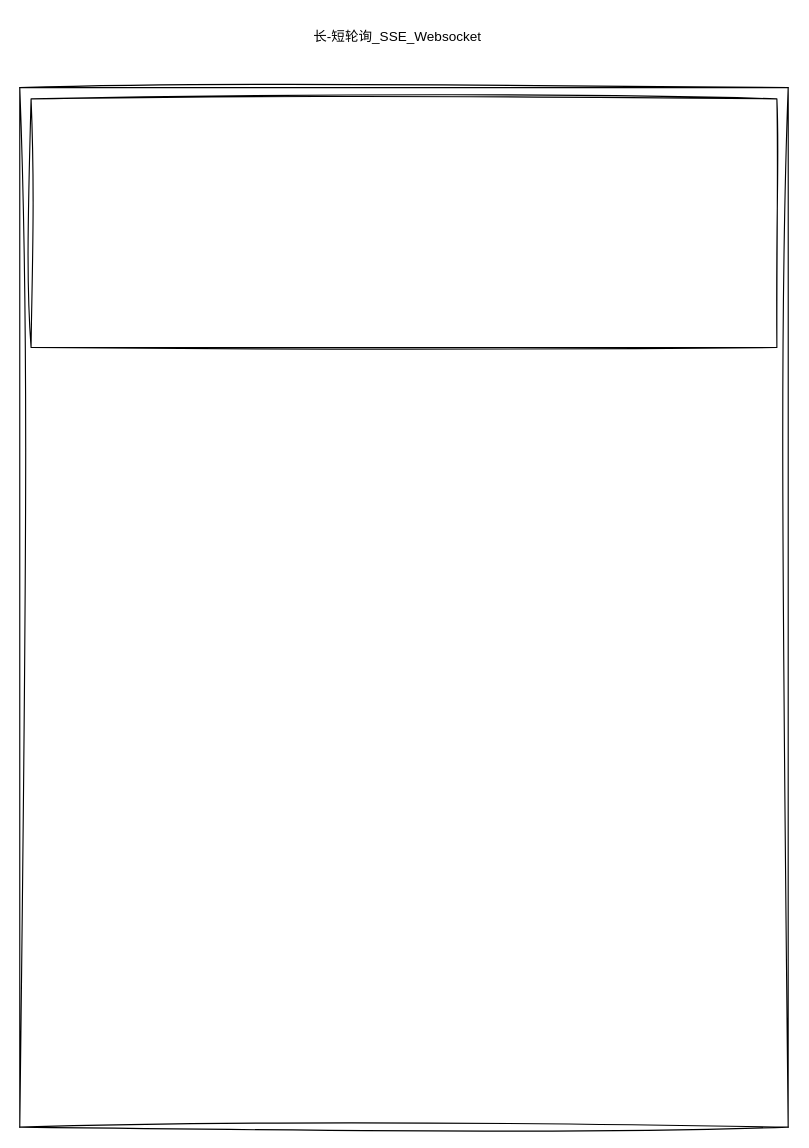
Rodert/javapub_oss keeps this draw.io diagram as image-text/长-短轮询_SSE_Websocket.drawio. Above is the earlier version. Source tidied: cells renumbered, new cells numbered last; positions are measured from the earlier drawing's top-left corner, leaving out a move shared by most shapes. Both pictures are drawn from the tidied source at 113%, with x=0, y=0 at pixel (19, 19).
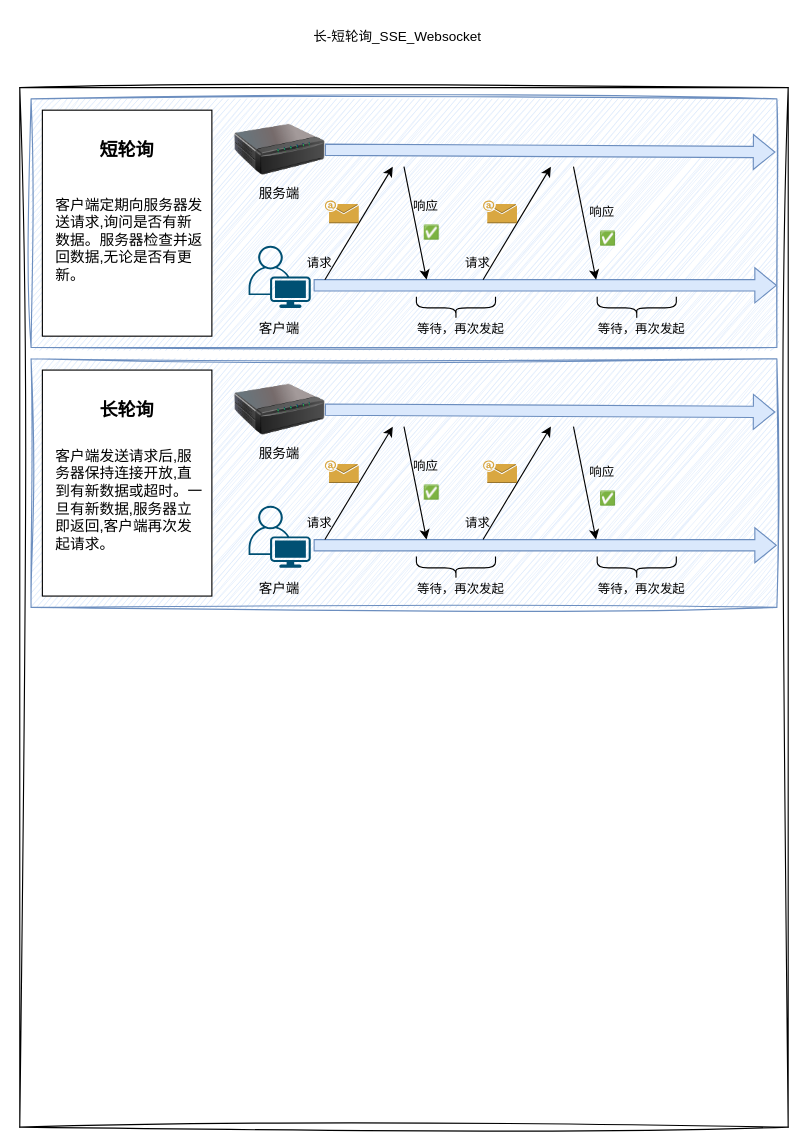
Above is the later version.

Commit message (it also covers changes not shown here):
更新长-短轮询_SSE_Websocket.drawio

The edit, as a diff of the source:
```diff
@@
-    <mxCell id="7" style="rounded=0;whiteSpace=wrap;html=1;sketch=1;hachureGap=4;jiggle=2;curveFitting=1;fontFamily=Architects Daughter;" parent="1" vertex="1">
+    <mxCell id="7" style="rounded=0;whiteSpace=wrap;html=1;sketch=1;hachureGap=4;jiggle=2;curveFitting=1;fontFamily=Architects Daughter;fillColor=#dae8fc;strokeColor=#6c8ebf;" parent="1" vertex="1">
       <mxGeometry x="10" y="70" width="660" height="220" as="geometry" />
     </mxCell>
+    <mxCell id="8" style="rounded=0;whiteSpace=wrap;html=1;hachureGap=4;fontFamily=Architects Daughter;" parent="1" vertex="1">
+      <mxGeometry x="20" y="80" width="150" height="200" as="geometry" />
+    </mxCell>
+    <mxCell id="9" value="&lt;span&gt;&lt;font style=&quot;font-size: 16px;&quot; face=&quot;Helvetica&quot;&gt;短轮询&lt;/font&gt;&lt;/span&gt;" style="text;html=1;align=center;verticalAlign=middle;whiteSpace=wrap;rounded=0;fontFamily=Architects Daughter;fontStyle=1;" parent="1" vertex="1">
+      <mxGeometry x="65" y="100" width="60" height="30" as="geometry" />
+    </mxCell>
+    <mxCell id="10" value="&lt;div style=&quot;font-size: 13px;&quot;&gt;&lt;span class=&quot;text-only&quot; style=&quot;white-space: pre; font-size: 13px;&quot;&gt;客户端定期向服务器发&lt;/span&gt;&lt;span class=&quot;text-only&quot; style=&quot;white-space: pre; font-size: 13px;&quot;&gt;&lt;br style=&quot;font-size: 13px;&quot;&gt;&lt;/span&gt;&lt;span class=&quot;text-only&quot; style=&quot;white-space: pre; font-size: 13px;&quot;&gt;送请求,询问是否有新&lt;/span&gt;&lt;span class=&quot;text-only&quot; style=&quot;white-space: pre; font-size: 13px;&quot;&gt;&lt;br style=&quot;font-size: 13px;&quot;&gt;&lt;/span&gt;&lt;span class=&quot;text-only&quot; style=&quot;white-space: pre; font-size: 13px;&quot;&gt;数据。服务器检查并返&lt;/span&gt;&lt;span class=&quot;text-only&quot; style=&quot;white-space: pre; font-size: 13px;&quot;&gt;&lt;br style=&quot;font-size: 13px;&quot;&gt;&lt;/span&gt;&lt;span class=&quot;text-only&quot; style=&quot;white-space: pre; font-size: 13px;&quot;&gt;回数据,无论是否有更&lt;/span&gt;&lt;span class=&quot;text-only&quot; style=&quot;white-space: pre; font-size: 13px;&quot;&gt;&lt;br style=&quot;font-size: 13px;&quot;&gt;&lt;/span&gt;&lt;span class=&quot;text-only&quot; style=&quot;white-space: pre; font-size: 13px;&quot;&gt;新。&lt;/span&gt;&lt;/div&gt;" style="text;html=1;align=left;verticalAlign=middle;whiteSpace=wrap;rounded=0;fontFamily=Helvetica;fontSize=13;" parent="1" vertex="1">
+      <mxGeometry x="30" y="130" width="130" height="130" as="geometry" />
+    </mxCell>
+    <mxCell id="11" style="image;html=1;image=img/lib/clip_art/networking/Print_Server_128x128.png;sketch=1;hachureGap=4;jiggle=2;curveFitting=1;fontFamily=Architects Daughter;" parent="1" vertex="1">
+      <mxGeometry x="190" y="75" width="80" height="80" as="geometry" />
+    </mxCell>
+    <mxCell id="12" style="verticalLabelPosition=bottom;sketch=0;html=1;verticalAlign=top;align=center;shape=mxgraph.cisco19.user;fillColor=#005073;strokeColor=none;hachureGap=4;jiggle=2;curveFitting=1;fontFamily=Architects Daughter;" parent="1" vertex="1">
+      <mxGeometry x="202.5" y="200" width="55" height="55" as="geometry" />
+    </mxCell>
+    <mxCell id="13" value="服务端" style="text;html=1;align=center;verticalAlign=middle;whiteSpace=wrap;rounded=0;fontFamily=Architects Daughter;" parent="1" vertex="1">
+      <mxGeometry x="200" y="140" width="60" height="30" as="geometry" />
+    </mxCell>
+    <mxCell id="14" value="客户端" style="text;html=1;align=center;verticalAlign=middle;whiteSpace=wrap;rounded=0;fontFamily=Architects Daughter;" parent="1" vertex="1">
+      <mxGeometry x="200" y="260" width="60" height="30" as="geometry" />
+    </mxCell>
+    <mxCell id="15" style="shape=flexArrow;endArrow=classic;html=1;rounded=0;hachureGap=4;fontFamily=Architects Daughter;exitX=1;exitY=0.5;exitDx=0;exitDy=0;fillColor=#dae8fc;strokeColor=#6c8ebf;entryX=0.998;entryY=0.214;entryDx=0;entryDy=0;entryPerimeter=0;" parent="1" edge="1" source="11" target="7">
+      <mxGeometry relative="1" as="geometry" />
+    </mxCell>
+    <mxCell id="16" style="shape=flexArrow;endArrow=classic;html=1;rounded=0;hachureGap=4;fontFamily=Architects Daughter;fillColor=#dae8fc;strokeColor=#6c8ebf;entryX=1;entryY=0.75;entryDx=0;entryDy=0;" parent="1" edge="1" target="7">
+      <mxGeometry relative="1" as="geometry">
+        <mxPoint x="260" y="235" as="sourcePoint" />
+      </mxGeometry>
+    </mxCell>
+    <mxCell id="17" style="endArrow=classic;html=1;rounded=0;hachureGap=4;fontFamily=Architects Daughter;entryX=0.485;entryY=0.273;entryDx=0;entryDy=0;entryPerimeter=0;flowAnimation=1;" parent="1" edge="1" target="7">
+      <mxGeometry relative="1" as="geometry">
+        <mxPoint x="270" y="230" as="sourcePoint" />
+      </mxGeometry>
+    </mxCell>
+    <mxCell id="18" style="endArrow=classic;html=1;rounded=0;hachureGap=4;fontFamily=Architects Daughter;flowAnimation=1;" parent="1" edge="1">
+      <mxGeometry relative="1" as="geometry">
+        <mxPoint x="340" y="130" as="sourcePoint" />
+        <mxPoint x="360" y="230" as="targetPoint" />
+      </mxGeometry>
+    </mxCell>
+    <mxCell id="19" style="endArrow=classic;html=1;rounded=0;hachureGap=4;fontFamily=Architects Daughter;entryX=0.485;entryY=0.273;entryDx=0;entryDy=0;entryPerimeter=0;flowAnimation=1;" parent="1" edge="1">
+      <mxGeometry relative="1" as="geometry">
+        <mxPoint x="410" y="230" as="sourcePoint" />
+        <mxPoint x="470" y="130" as="targetPoint" />
+      </mxGeometry>
+    </mxCell>
+    <mxCell id="20" style="endArrow=classic;html=1;rounded=0;hachureGap=4;fontFamily=Architects Daughter;flowAnimation=1;" parent="1" edge="1">
+      <mxGeometry relative="1" as="geometry">
+        <mxPoint x="490" y="130" as="sourcePoint" />
+        <mxPoint x="510" y="230" as="targetPoint" />
+      </mxGeometry>
+    </mxCell>
+    <mxCell id="21" style="dashed=0;verticalLabelPosition=bottom;verticalAlign=top;align=center;html=1;shape=mxgraph.aws3.email;fillColor=#D9A741;gradientColor=none;hachureGap=4;fontFamily=Architects Daughter;" parent="1" vertex="1">
+      <mxGeometry x="270" y="160" width="30" height="20" as="geometry" />
+    </mxCell>
+    <mxCell id="22" style="dashed=0;verticalLabelPosition=bottom;verticalAlign=top;align=center;html=1;shape=mxgraph.aws3.email;fillColor=#D9A741;gradientColor=none;hachureGap=4;fontFamily=Architects Daughter;" parent="1" vertex="1">
+      <mxGeometry x="410" y="160" width="30" height="20" as="geometry" />
+    </mxCell>
+    <mxCell id="23" value="✅" style="text;html=1;align=center;verticalAlign=middle;strokeColor=none;fillColor=none;fontFamily=Architects Daughter;" parent="1" vertex="1">
+      <mxGeometry x="500" y="180" width="40" height="30" as="geometry" />
+    </mxCell>
+    <mxCell id="24" value="&lt;font face=&quot;Helvetica&quot; style=&quot;font-size: 11px;&quot;&gt;响应&lt;/font&gt;" style="text;html=1;align=center;verticalAlign=middle;strokeColor=none;fillColor=none;fontFamily=Architects Daughter;fontSize=11;" parent="1" vertex="1">
+      <mxGeometry x="490" y="155" width="50" height="30" as="geometry" />
+    </mxCell>
+    <mxCell id="25" value="&lt;font face=&quot;Helvetica&quot; style=&quot;font-size: 11px;&quot;&gt;请求&lt;/font&gt;" style="text;html=1;align=center;verticalAlign=middle;strokeColor=none;fillColor=none;fontFamily=Architects Daughter;fontSize=11;" parent="1" vertex="1">
+      <mxGeometry x="380" y="200" width="50" height="30" as="geometry" />
+    </mxCell>
+    <mxCell id="26" value="&lt;font face=&quot;Helvetica&quot; style=&quot;font-size: 11px;&quot;&gt;请求&lt;/font&gt;" style="text;html=1;align=center;verticalAlign=middle;strokeColor=none;fillColor=none;fontFamily=Architects Daughter;fontSize=11;" parent="1" vertex="1">
+      <mxGeometry x="240" y="200" width="50" height="30" as="geometry" />
+    </mxCell>
+    <mxCell id="27" value="&lt;font face=&quot;Helvetica&quot; style=&quot;font-size: 11px;&quot;&gt;响应&lt;/font&gt;" style="text;html=1;align=center;verticalAlign=middle;strokeColor=none;fillColor=none;fontFamily=Architects Daughter;fontSize=11;" parent="1" vertex="1">
+      <mxGeometry x="334" y="150" width="50" height="30" as="geometry" />
+    </mxCell>
+    <mxCell id="28" value="✅" style="text;html=1;align=center;verticalAlign=middle;strokeColor=none;fillColor=none;fontFamily=Architects Daughter;" parent="1" vertex="1">
+      <mxGeometry x="344" y="175" width="40" height="30" as="geometry" />
+    </mxCell>
+    <mxCell id="29" style="shape=curlyBracket;whiteSpace=wrap;html=1;rounded=1;labelPosition=left;verticalLabelPosition=middle;align=right;verticalAlign=middle;hachureGap=4;fontFamily=Architects Daughter;rotation=-90;" parent="1" vertex="1">
+      <mxGeometry x="376" y="220" width="20" height="70" as="geometry" />
+    </mxCell>
+    <mxCell id="30" value="&lt;font style=&quot;font-size: 11px;&quot; face=&quot;Helvetica&quot;&gt;等待，再次发起&lt;/font&gt;" style="text;html=1;align=center;verticalAlign=middle;strokeColor=none;fillColor=none;fontFamily=Architects Daughter;" parent="1" vertex="1">
+      <mxGeometry x="340" y="260" width="100" height="30" as="geometry" />
+    </mxCell>
+    <mxCell id="31" style="shape=curlyBracket;whiteSpace=wrap;html=1;rounded=1;labelPosition=left;verticalLabelPosition=middle;align=right;verticalAlign=middle;hachureGap=4;fontFamily=Architects Daughter;rotation=-90;" parent="1" vertex="1">
+      <mxGeometry x="536" y="220" width="20" height="70" as="geometry" />
+    </mxCell>
+    <mxCell id="32" value="&lt;font style=&quot;font-size: 11px;&quot; face=&quot;Helvetica&quot;&gt;等待，再次发起&lt;/font&gt;" style="text;html=1;align=center;verticalAlign=middle;strokeColor=none;fillColor=none;fontFamily=Architects Daughter;" parent="1" vertex="1">
+      <mxGeometry x="500" y="260" width="100" height="30" as="geometry" />
+    </mxCell>
+    <mxCell id="33" style="rounded=0;whiteSpace=wrap;html=1;sketch=1;hachureGap=4;jiggle=2;curveFitting=1;fontFamily=Architects Daughter;fillColor=#dae8fc;strokeColor=#6c8ebf;" parent="1" vertex="1">
+      <mxGeometry x="10" y="300" width="660" height="220" as="geometry" />
+    </mxCell>
+    <mxCell id="34" style="rounded=0;whiteSpace=wrap;html=1;hachureGap=4;fontFamily=Architects Daughter;" parent="1" vertex="1">
+      <mxGeometry x="20" y="310" width="150" height="200" as="geometry" />
+    </mxCell>
+    <mxCell id="35" value="&lt;span&gt;&lt;font style=&quot;font-size: 16px;&quot; face=&quot;Helvetica&quot;&gt;长轮询&lt;/font&gt;&lt;/span&gt;" style="text;html=1;align=center;verticalAlign=middle;whiteSpace=wrap;rounded=0;fontFamily=Architects Daughter;fontStyle=1;" parent="1" vertex="1">
+      <mxGeometry x="65" y="330" width="60" height="30" as="geometry" />
+    </mxCell>
+    <mxCell id="36" value="&lt;div style=&quot;&quot;&gt;&lt;span style=&quot;white-space: pre;&quot;&gt;客户端发送请求后,服&lt;br/&gt;务器保持连接开放,直&lt;br/&gt;到有新数据或超时。一&lt;br/&gt;旦有新数据,服务器立&lt;br/&gt;即返回,客户端再次发&lt;br/&gt;起请求。&lt;/span&gt;&lt;/div&gt;" style="text;html=1;align=left;verticalAlign=middle;whiteSpace=wrap;rounded=0;fontFamily=Helvetica;fontSize=13;" parent="1" vertex="1">
+      <mxGeometry x="30" y="360" width="130" height="130" as="geometry" />
+    </mxCell>
+    <mxCell id="37" style="image;html=1;image=img/lib/clip_art/networking/Print_Server_128x128.png;sketch=1;hachureGap=4;jiggle=2;curveFitting=1;fontFamily=Architects Daughter;" parent="1" vertex="1">
+      <mxGeometry x="190" y="305" width="80" height="80" as="geometry" />
+    </mxCell>
+    <mxCell id="38" style="verticalLabelPosition=bottom;sketch=0;html=1;verticalAlign=top;align=center;shape=mxgraph.cisco19.user;fillColor=#005073;strokeColor=none;hachureGap=4;jiggle=2;curveFitting=1;fontFamily=Architects Daughter;" parent="1" vertex="1">
+      <mxGeometry x="202.5" y="430" width="55" height="55" as="geometry" />
+    </mxCell>
+    <mxCell id="39" value="服务端" style="text;html=1;align=center;verticalAlign=middle;whiteSpace=wrap;rounded=0;fontFamily=Architects Daughter;" parent="1" vertex="1">
+      <mxGeometry x="200" y="370" width="60" height="30" as="geometry" />
+    </mxCell>
+    <mxCell id="40" value="客户端" style="text;html=1;align=center;verticalAlign=middle;whiteSpace=wrap;rounded=0;fontFamily=Architects Daughter;" parent="1" vertex="1">
+      <mxGeometry x="200" y="490" width="60" height="30" as="geometry" />
+    </mxCell>
+    <mxCell id="41" style="shape=flexArrow;endArrow=classic;html=1;rounded=0;hachureGap=4;fontFamily=Architects Daughter;exitX=1;exitY=0.5;exitDx=0;exitDy=0;fillColor=#dae8fc;strokeColor=#6c8ebf;entryX=0.998;entryY=0.214;entryDx=0;entryDy=0;entryPerimeter=0;" parent="1" edge="1" source="37" target="33">
+      <mxGeometry relative="1" as="geometry" />
+    </mxCell>
+    <mxCell id="42" style="shape=flexArrow;endArrow=classic;html=1;rounded=0;hachureGap=4;fontFamily=Architects Daughter;fillColor=#dae8fc;strokeColor=#6c8ebf;entryX=1;entryY=0.75;entryDx=0;entryDy=0;" parent="1" edge="1" target="33">
+      <mxGeometry relative="1" as="geometry">
+        <mxPoint x="260" y="465" as="sourcePoint" />
+      </mxGeometry>
+    </mxCell>
+    <mxCell id="43" style="endArrow=classic;html=1;rounded=0;hachureGap=4;fontFamily=Architects Daughter;entryX=0.485;entryY=0.273;entryDx=0;entryDy=0;entryPerimeter=0;flowAnimation=1;" parent="1" edge="1" target="33">
+      <mxGeometry relative="1" as="geometry">
+        <mxPoint x="270" y="460" as="sourcePoint" />
+      </mxGeometry>
+    </mxCell>
+    <mxCell id="44" style="endArrow=classic;html=1;rounded=0;hachureGap=4;fontFamily=Architects Daughter;flowAnimation=1;" parent="1" edge="1">
+      <mxGeometry relative="1" as="geometry">
+        <mxPoint x="340" y="360" as="sourcePoint" />
+        <mxPoint x="360" y="460" as="targetPoint" />
+      </mxGeometry>
+    </mxCell>
+    <mxCell id="45" style="endArrow=classic;html=1;rounded=0;hachureGap=4;fontFamily=Architects Daughter;entryX=0.485;entryY=0.273;entryDx=0;entryDy=0;entryPerimeter=0;flowAnimation=1;" parent="1" edge="1">
+      <mxGeometry relative="1" as="geometry">
+        <mxPoint x="410" y="460" as="sourcePoint" />
+        <mxPoint x="470" y="360" as="targetPoint" />
+      </mxGeometry>
+    </mxCell>
+    <mxCell id="46" style="endArrow=classic;html=1;rounded=0;hachureGap=4;fontFamily=Architects Daughter;flowAnimation=1;" parent="1" edge="1">
+      <mxGeometry relative="1" as="geometry">
+        <mxPoint x="490" y="360" as="sourcePoint" />
+        <mxPoint x="510" y="460" as="targetPoint" />
+      </mxGeometry>
+    </mxCell>
+    <mxCell id="47" style="dashed=0;verticalLabelPosition=bottom;verticalAlign=top;align=center;html=1;shape=mxgraph.aws3.email;fillColor=#D9A741;gradientColor=none;hachureGap=4;fontFamily=Architects Daughter;" parent="1" vertex="1">
+      <mxGeometry x="270" y="390" width="30" height="20" as="geometry" />
+    </mxCell>
+    <mxCell id="48" style="dashed=0;verticalLabelPosition=bottom;verticalAlign=top;align=center;html=1;shape=mxgraph.aws3.email;fillColor=#D9A741;gradientColor=none;hachureGap=4;fontFamily=Architects Daughter;" parent="1" vertex="1">
+      <mxGeometry x="410" y="390" width="30" height="20" as="geometry" />
+    </mxCell>
+    <mxCell id="49" value="✅" style="text;html=1;align=center;verticalAlign=middle;strokeColor=none;fillColor=none;fontFamily=Architects Daughter;" parent="1" vertex="1">
+      <mxGeometry x="500" y="410" width="40" height="30" as="geometry" />
+    </mxCell>
+    <mxCell id="50" value="&lt;font face=&quot;Helvetica&quot; style=&quot;font-size: 11px;&quot;&gt;响应&lt;/font&gt;" style="text;html=1;align=center;verticalAlign=middle;strokeColor=none;fillColor=none;fontFamily=Architects Daughter;fontSize=11;" parent="1" vertex="1">
+      <mxGeometry x="490" y="385" width="50" height="30" as="geometry" />
+    </mxCell>
+    <mxCell id="51" value="&lt;font face=&quot;Helvetica&quot; style=&quot;font-size: 11px;&quot;&gt;请求&lt;/font&gt;" style="text;html=1;align=center;verticalAlign=middle;strokeColor=none;fillColor=none;fontFamily=Architects Daughter;fontSize=11;" parent="1" vertex="1">
+      <mxGeometry x="380" y="430" width="50" height="30" as="geometry" />
+    </mxCell>
+    <mxCell id="52" value="&lt;font face=&quot;Helvetica&quot; style=&quot;font-size: 11px;&quot;&gt;请求&lt;/font&gt;" style="text;html=1;align=center;verticalAlign=middle;strokeColor=none;fillColor=none;fontFamily=Architects Daughter;fontSize=11;" parent="1" vertex="1">
+      <mxGeometry x="240" y="430" width="50" height="30" as="geometry" />
+    </mxCell>
+    <mxCell id="53" value="&lt;font face=&quot;Helvetica&quot; style=&quot;font-size: 11px;&quot;&gt;响应&lt;/font&gt;" style="text;html=1;align=center;verticalAlign=middle;strokeColor=none;fillColor=none;fontFamily=Architects Daughter;fontSize=11;" parent="1" vertex="1">
+      <mxGeometry x="334" y="380" width="50" height="30" as="geometry" />
+    </mxCell>
+    <mxCell id="54" value="✅" style="text;html=1;align=center;verticalAlign=middle;strokeColor=none;fillColor=none;fontFamily=Architects Daughter;" parent="1" vertex="1">
+      <mxGeometry x="344" y="405" width="40" height="30" as="geometry" />
+    </mxCell>
+    <mxCell id="55" style="shape=curlyBracket;whiteSpace=wrap;html=1;rounded=1;labelPosition=left;verticalLabelPosition=middle;align=right;verticalAlign=middle;hachureGap=4;fontFamily=Architects Daughter;rotation=-90;" parent="1" vertex="1">
+      <mxGeometry x="376" y="450" width="20" height="70" as="geometry" />
+    </mxCell>
+    <mxCell id="56" value="&lt;font style=&quot;font-size: 11px;&quot; face=&quot;Helvetica&quot;&gt;等待，再次发起&lt;/font&gt;" style="text;html=1;align=center;verticalAlign=middle;strokeColor=none;fillColor=none;fontFamily=Architects Daughter;" parent="1" vertex="1">
+      <mxGeometry x="340" y="490" width="100" height="30" as="geometry" />
+    </mxCell>
+    <mxCell id="57" style="shape=curlyBracket;whiteSpace=wrap;html=1;rounded=1;labelPosition=left;verticalLabelPosition=middle;align=right;verticalAlign=middle;hachureGap=4;fontFamily=Architects Daughter;rotation=-90;" parent="1" vertex="1">
+      <mxGeometry x="536" y="450" width="20" height="70" as="geometry" />
+    </mxCell>
+    <mxCell id="58" value="&lt;font style=&quot;font-size: 11px;&quot; face=&quot;Helvetica&quot;&gt;等待，再次发起&lt;/font&gt;" style="text;html=1;align=center;verticalAlign=middle;strokeColor=none;fillColor=none;fontFamily=Architects Daughter;" parent="1" vertex="1">
+      <mxGeometry x="500" y="490" width="100" height="30" as="geometry" />
+    </mxCell>
```
